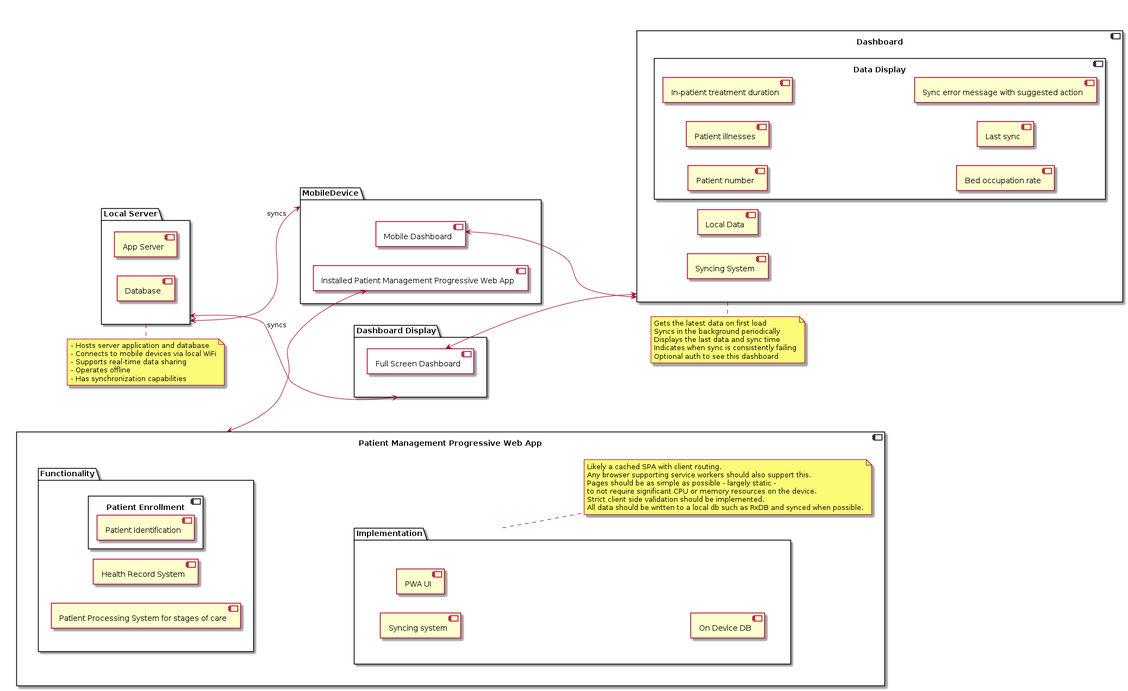
The PlantUML diagram puml/diagrams/constraint-solutions.png in jcbashdown/case-study, before a commit. Its source is kept beside it as puml/constraint-solutions.puml.
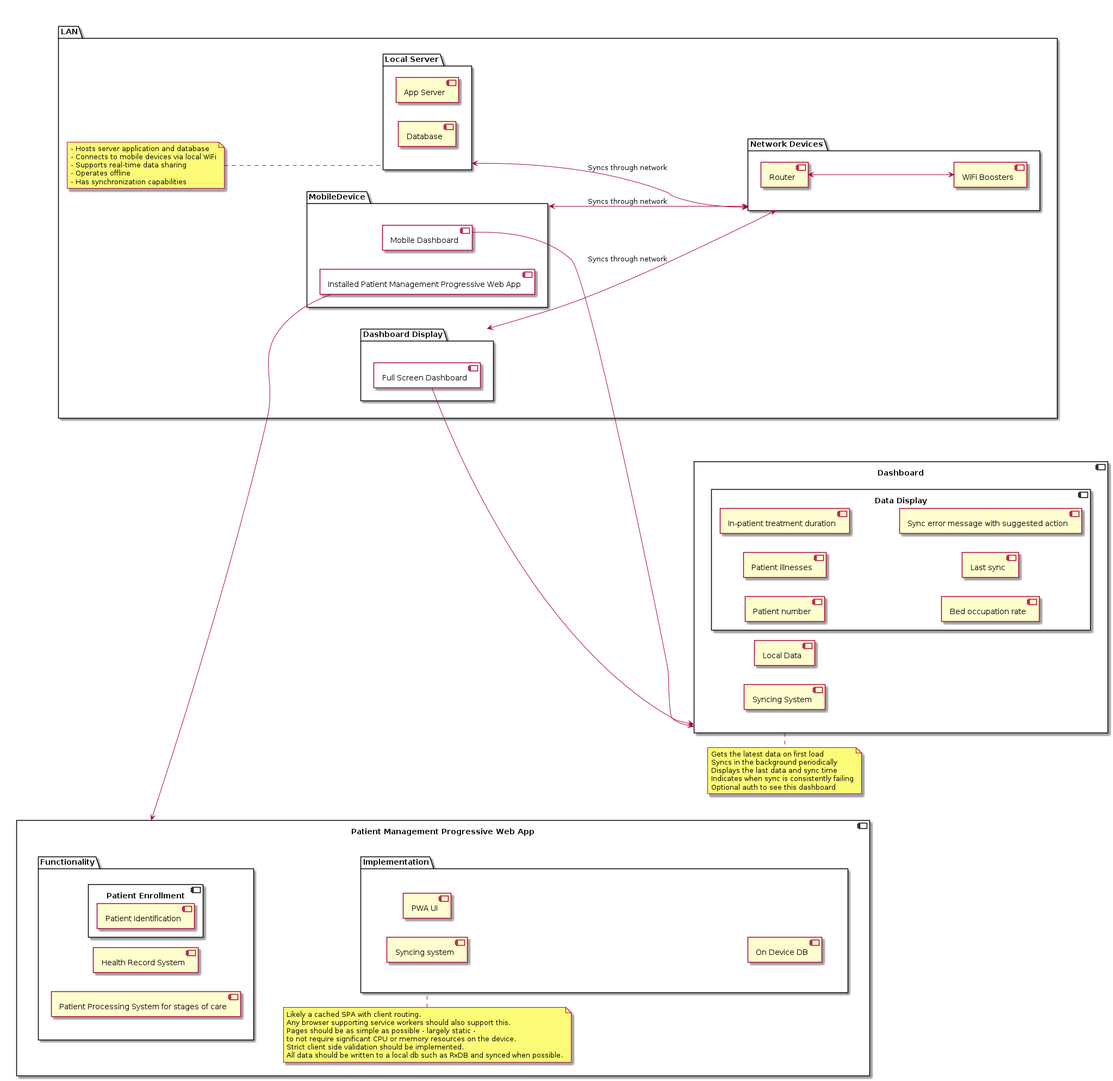
The same diagram one commit later.

Diff of the diagram source:
```diff
@@ -25,28 +25,34 @@
   end note
 }
 together {
-  package "Local Server" as LocalServer {
-    component "App Server"
-    component Database
+  package LAN {
+    package "Network Devices" as Network {
+      component Router
+      component "WiFi Boosters" as WiFiBoosters
+    }
+    package "Local Server" as LocalServer {
+      component "App Server"
+      component Database
+    }
+    package MobileDevice {
+      component "Mobile Dashboard" as MobileDashboard {
+      }
+      component "Installed Patient Management Progressive Web App" as InstalledPWA {
+      }
+    }
+    package "Dashboard Display" as DashboardDisplay {
+      component "Full Screen Dashboard" as FSDashboard {
+
+      }
+    }
+    note left of LocalServer
+      - Hosts server application and database
+      - Connects to mobile devices via local WiFi
+      - Supports real-time data sharing
+      - Operates offline
+      - Has synchronization capabilities
+    end note
   }
-  package MobileDevice {
-    component "Mobile Dashboard" as MobileDashboard {
-    }
-    component "Installed Patient Management Progressive Web App" as InstalledPWA {
-    }
-  }
-  package "Dashboard Display" as DashboardDisplay {
-    component "Full Screen Dashboard" as FSDashboard {
-
-    }
-  }
-  note bottom of LocalServer
-    - Hosts server application and database
-    - Connects to mobile devices via local WiFi
-    - Supports real-time data sharing
-    - Operates offline
-    - Has synchronization capabilities
-  end note
 
 }
 
@@ -65,7 +71,7 @@
       component "On Device DB"
     }
   }
-  note right of Implementation
+  note top of Implementation
             Likely a cached SPA with client routing.
             Any browser supporting service workers should also support this.
             Pages should be as simple as possible - largely static -
@@ -75,14 +81,17 @@
   end note
 }
 
-LocalServer <--> MobileDevice : syncs
-LocalServer <--> DashboardDisplay : syncs
+
+Router <--> WiFiBoosters
+LocalServer <--> Network: Syncs through network
+MobileDevice <--> Network: Syncs through network
+DashboardDisplay <--> Network: Syncs through network
 
 Implementation -[hidden]up-> Functionality
 
-FSDashboard <-down-> Dashboard
-MobileDashboard <-down-> Dashboard
-InstalledPWA <-up-> PWA
+FSDashboard -down-> Dashboard
+MobileDashboard -down-> Dashboard
+InstalledPWA -up-> PWA
 
 
 @enduml
```
